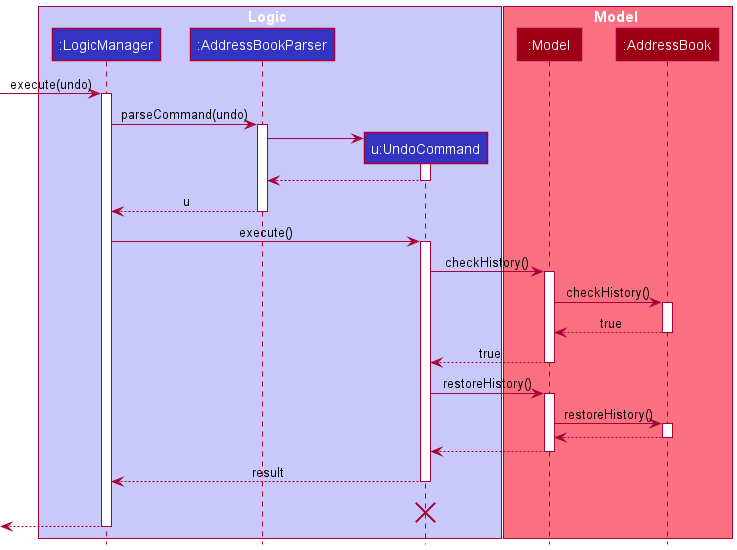
nus-cs2103-AY2122S2/tp keeps this PlantUML diagram as docs/images/UndoSequenceDiagram.png. Above is the earlier version.
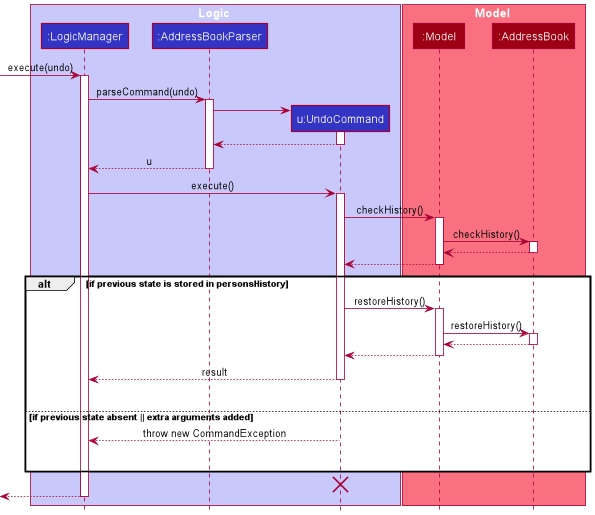
After the change.

Commit message:
Update diagrams to reflect scenario of addition of extra parameters

What changed in the source:
```diff
@@ -36,27 +36,38 @@
 Model -> AddressBook : checkHistory()
 activate AddressBook
 
-AddressBook --> Model : true
-deactivate AddressBook
-
-Model --> UndoCommand : true
-deactivate Model
-
-UndoCommand -> Model : restoreHistory()
-activate Model
-
-Model -> AddressBook : restoreHistory()
-activate AddressBook
-
 AddressBook --> Model
 deactivate AddressBook
 
 Model --> UndoCommand
 deactivate Model
 
-UndoCommand --> LogicManager : result
-deactivate UndoCommand
-UndoCommand -[hidden]-> LogicManager : result
+alt if previous state is stored in personsHistory
+
+    UndoCommand -> Model : restoreHistory()
+    activate Model
+
+    Model -> AddressBook : restoreHistory()
+    activate AddressBook
+
+    AddressBook --> Model
+    deactivate AddressBook
+
+    Model --> UndoCommand
+    deactivate Model
+
+    UndoCommand --> LogicManager : result
+    deactivate UndoCommand
+    UndoCommand -[hidden]-> LogicManager : result
+
+else if previous state absent || extra arguments added
+
+    UndoCommand --> LogicManager : throw new CommandException
+    deactivate UndoCommand
+    UndoCommand -[hidden]-> LogicManager : result
+
+end
+
 destroy UndoCommand
 
 [<--LogicManager
```
